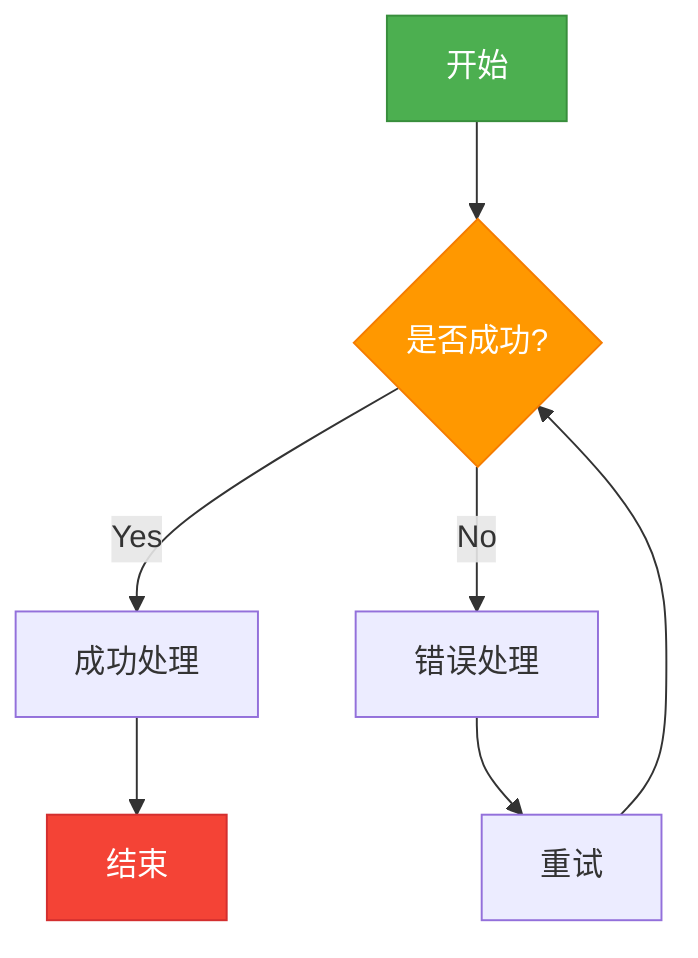
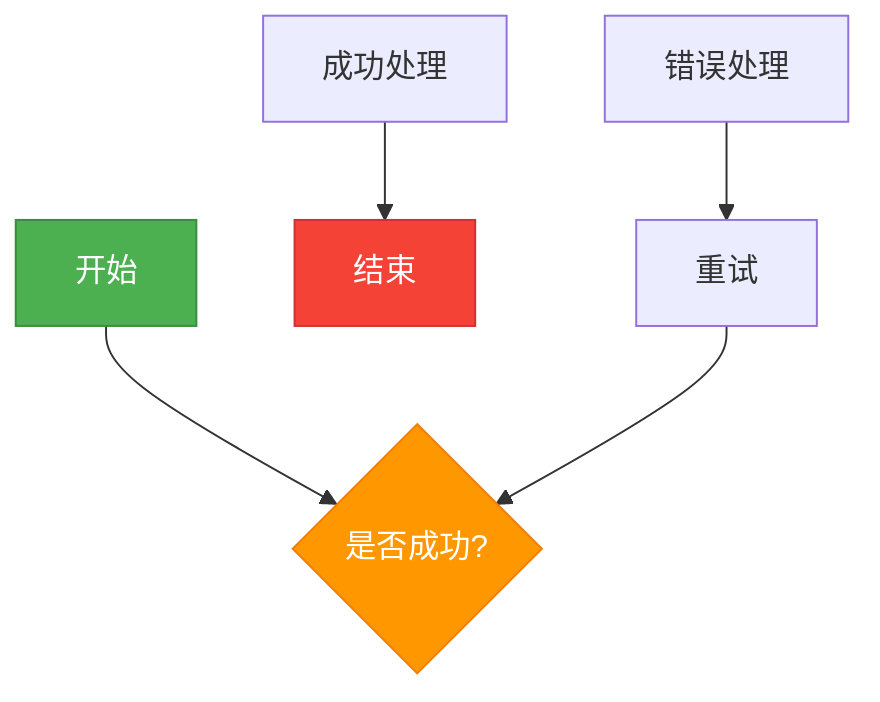
- flowchart TD
-     Start[开始] --> Decision{是否成功?}
-     Decision -->|Yes| Success[成功处理]
-     Decision -->|No| Error[错误处理]
-     Success --> End[结束]
-     Error --> Retry[重试]
-     Retry --> Decision
+ flowchart TB
+     Start[开始]
+     Decision{是否成功?}
+     Success[成功处理]
+     Error[错误处理]
+     End[结束]
+     Retry[重试]
+     Start--> Decision
+     Success--> End
+     Error--> Retry
+     Retry--> Decision
    style Start fill:#4CAF50,stroke:#388E3C,color:white
    style Decision fill:#FF9800,stroke:#F57C00,color:white
-     style End fill:#f44336,stroke:#d32f2f,color:white
+     style End fill:#f44336,stroke:#d32f2f,color:white